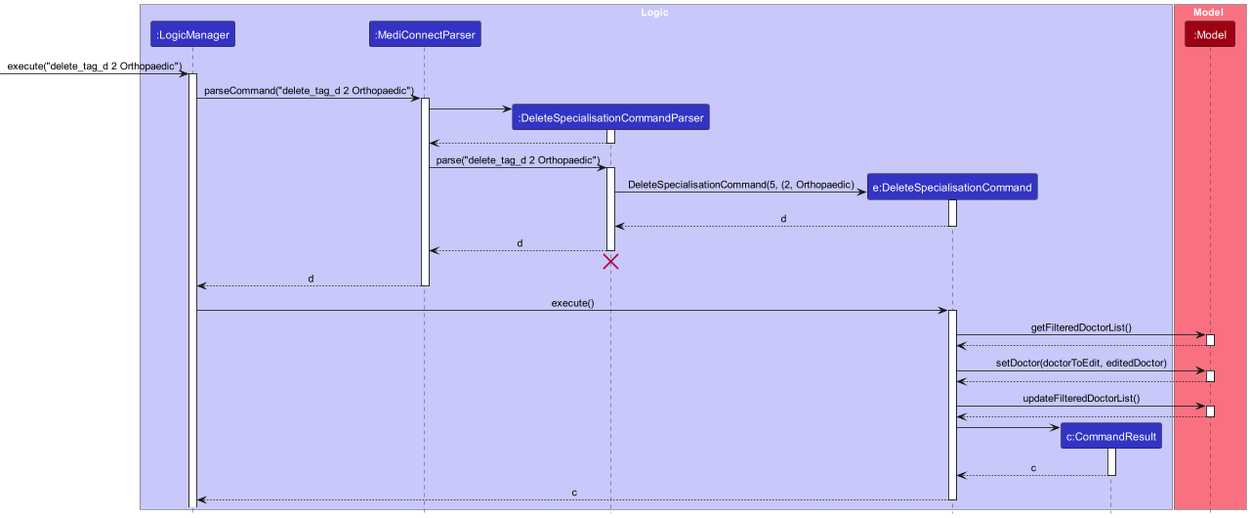
Earlier version of the PlantUML export docs/images/DeleteSpecialisationSequenceDiagram.png (yanghengtang/tp). The source it was exported from:
```plantuml
@startuml
!include ../style.puml
skinparam ArrowFontStyle plain

box Logic LOGIC_COLOR_T1
participant ":LogicManager" as LogicManager LOGIC_COLOR
participant ":MediConnectParser" as MediConnectParser LOGIC_COLOR
participant ":DeleteSpecialisationCommandParser" as DeleteSpecialisationCommandParser LOGIC_COLOR
participant "e:DeleteSpecialisationCommand" as DeleteSpecialisationCommand LOGIC_COLOR
participant "c:CommandResult" as CommandResult LOGIC_COLOR
end box

box Model MODEL_COLOR_T1
participant ":Model" as Model MODEL_COLOR
end box

[-> LogicManager : execute("delete_tag_d 2 Orthopaedic")
activate LogicManager

LogicManager -> MediConnectParser : parseCommand("delete_tag_d 2 Orthopaedic")
activate MediConnectParser

create DeleteSpecialisationCommandParser
MediConnectParser -> DeleteSpecialisationCommandParser
activate DeleteSpecialisationCommandParser

DeleteSpecialisationCommandParser --> MediConnectParser
deactivate DeleteSpecialisationCommandParser

MediConnectParser -> DeleteSpecialisationCommandParser : parse("delete_tag_d 2 Orthopaedic")
activate DeleteSpecialisationCommandParser


create DeleteSpecialisationCommand
DeleteSpecialisationCommandParser -> DeleteSpecialisationCommand : DeleteSpecialisationCommand(5, (2, Orthopaedic)
activate DeleteSpecialisationCommand

DeleteSpecialisationCommand --> DeleteSpecialisationCommandParser : d
deactivate DeleteSpecialisationCommand

DeleteSpecialisationCommandParser --> MediConnectParser : d
deactivate DeleteSpecialisationCommandParser

DeleteSpecialisationCommandParser -[hidden]-> MediConnectParser
destroy DeleteSpecialisationCommandParser

MediConnectParser --> LogicManager : d
deactivate MediConnectParser

LogicManager -> DeleteSpecialisationCommand : execute()
activate DeleteSpecialisationCommand

DeleteSpecialisationCommand -> Model : getFilteredDoctorList()
activate Model

Model --> DeleteSpecialisationCommand
deactivate Model

DeleteSpecialisationCommand -> Model : setDoctor(doctorToEdit, editedDoctor)
activate Model
Model --> DeleteSpecialisationCommand
deactivate Model
DeleteSpecialisationCommand -> Model : updateFilteredDoctorList()
activate Model


Model --> DeleteSpecialisationCommand
deactivate Model

create CommandResult
DeleteSpecialisationCommand -> CommandResult
activate CommandResult

CommandResult --> DeleteSpecialisationCommand : c
deactivate CommandResult

DeleteSpecialisationCommand --> LogicManager : c
deactivate DeleteSpecialisationCommand
@enduml
```
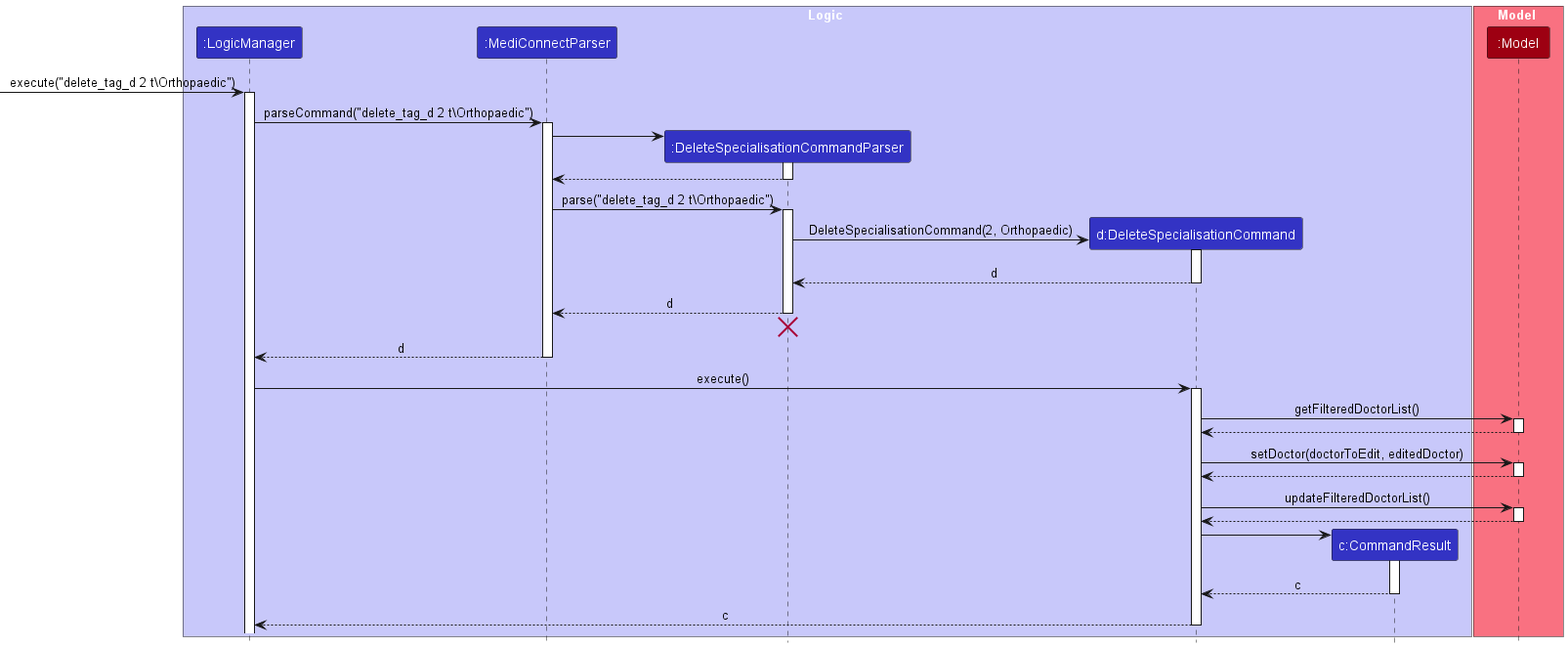
The same file after the commit.

What changed in the source:
```diff
@@ -1,12 +1,12 @@
 @startuml
-!include ../style.puml
+!include ./style.puml
 skinparam ArrowFontStyle plain
 
 box Logic LOGIC_COLOR_T1
 participant ":LogicManager" as LogicManager LOGIC_COLOR
 participant ":MediConnectParser" as MediConnectParser LOGIC_COLOR
 participant ":DeleteSpecialisationCommandParser" as DeleteSpecialisationCommandParser LOGIC_COLOR
-participant "e:DeleteSpecialisationCommand" as DeleteSpecialisationCommand LOGIC_COLOR
+participant "d:DeleteSpecialisationCommand" as DeleteSpecialisationCommand LOGIC_COLOR
 participant "c:CommandResult" as CommandResult LOGIC_COLOR
 end box
 
@@ -14,10 +14,10 @@
 participant ":Model" as Model MODEL_COLOR
 end box
 
-[-> LogicManager : execute("delete_tag_d 2 Orthopaedic")
+[-> LogicManager : execute("delete_tag_d 2 t\Orthopaedic")
 activate LogicManager
 
-LogicManager -> MediConnectParser : parseCommand("delete_tag_d 2 Orthopaedic")
+LogicManager -> MediConnectParser : parseCommand("delete_tag_d 2 t\Orthopaedic")
 activate MediConnectParser
 
 create DeleteSpecialisationCommandParser
@@ -27,12 +27,12 @@
 DeleteSpecialisationCommandParser --> MediConnectParser
 deactivate DeleteSpecialisationCommandParser
 
-MediConnectParser -> DeleteSpecialisationCommandParser : parse("delete_tag_d 2 Orthopaedic")
+MediConnectParser -> DeleteSpecialisationCommandParser : parse("delete_tag_d 2 t\Orthopaedic")
 activate DeleteSpecialisationCommandParser
 
 
 create DeleteSpecialisationCommand
-DeleteSpecialisationCommandParser -> DeleteSpecialisationCommand : DeleteSpecialisationCommand(5, (2, Orthopaedic)
+DeleteSpecialisationCommandParser -> DeleteSpecialisationCommand : DeleteSpecialisationCommand(2, Orthopaedic)
 activate DeleteSpecialisationCommand
 
 DeleteSpecialisationCommand --> DeleteSpecialisationCommandParser : d
@@ -50,6 +50,7 @@
 LogicManager -> DeleteSpecialisationCommand : execute()
 activate DeleteSpecialisationCommand
 
+
 DeleteSpecialisationCommand -> Model : getFilteredDoctorList()
 activate Model
 
@@ -58,11 +59,12 @@
 
 DeleteSpecialisationCommand -> Model : setDoctor(doctorToEdit, editedDoctor)
 activate Model
+
 Model --> DeleteSpecialisationCommand
 deactivate Model
+
 DeleteSpecialisationCommand -> Model : updateFilteredDoctorList()
 activate Model
-
 
 Model --> DeleteSpecialisationCommand
 deactivate Model
```
